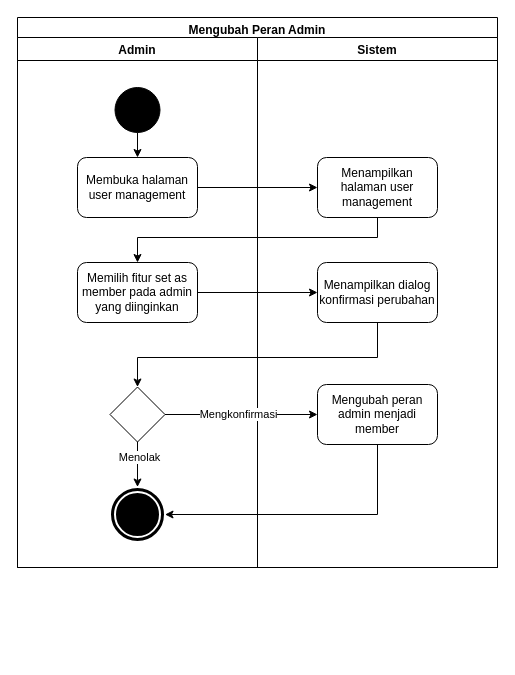
The draw.io diagram Diagram/Activity Diagram/28. mengubah peran admin.drawio in techie-jhs/thesis, before the edit. Source tidied: cells renumbered, new cells numbered last; positions are measured from the earlier drawing's top-left corner, leaving out a move shared by most shapes. Both pictures are drawn from the tidied source at 100%, with x=0, y=0 at pixel (17, 17).
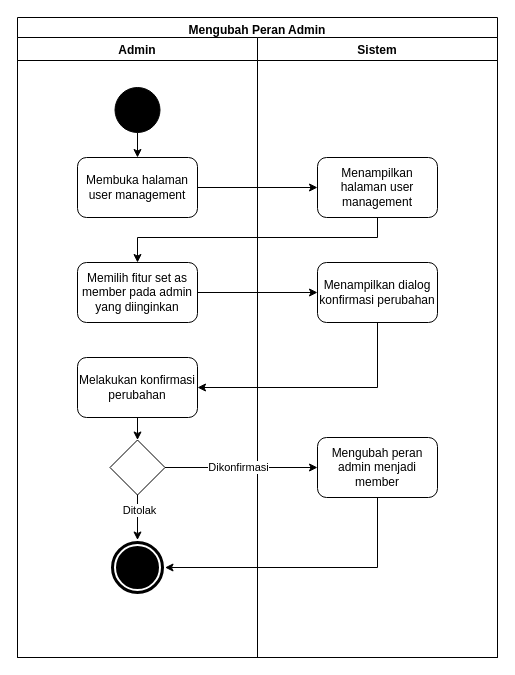
The same page after the edit.

Unchanged cells that the change refers to:
```xml
<mxCell id="11" value="Menampilkan dialog konfirmasi perubahan" style="rounded=1;whiteSpace=wrap;html=1;fillColor=none;" parent="8" vertex="1">
  <mxGeometry x="60" y="225" width="120" height="60" as="geometry" />
</mxCell>
<mxCell id="14" style="edgeStyle=orthogonalEdgeStyle;rounded=0;jettySize=auto;html=1;" parent="8" edge="1" source="12" target="13">
  <mxGeometry relative="1" as="geometry" />
</mxCell>
```

The edit, as a diff of the source:
```diff
@@
     <mxCell id="2" value="Mengubah Peran Admin" style="swimlane;fillColor=none;" parent="1" vertex="1">
-      <mxGeometry width="480" height="550" as="geometry" />
+      <mxGeometry width="480" height="640" as="geometry" />
     </mxCell>
     <mxCell id="3" value="Admin" style="swimlane;" parent="2" vertex="1">
-      <mxGeometry y="20" width="240" height="530" as="geometry" />
+      <mxGeometry y="20" width="240" height="620" as="geometry" />
     </mxCell>
@@
+    <mxCell id="23" value="Melakukan konfirmasi perubahan" style="rounded=1;whiteSpace=wrap;html=1;fillColor=none;" parent="3" vertex="1">
+      <mxGeometry x="60" y="320" width="120" height="60" as="geometry" />
+    </mxCell>
     <mxCell id="8" value="Sistem" style="swimlane;" parent="2" vertex="1">
-      <mxGeometry x="240" y="20" width="240" height="530" as="geometry" />
+      <mxGeometry x="240" y="20" width="240" height="620" as="geometry" />
     </mxCell>
@@
-    <mxCell id="10" style="edgeStyle=orthogonalEdgeStyle;rounded=0;jettySize=auto;html=1;entryX=0.5;entryY=0;entryDx=0;entryDy=0;" parent="8" edge="1" source="11" target="12">
-      <mxGeometry relative="1" as="geometry">
-        <Array as="points">
-          <mxPoint x="120" y="320" />
-          <mxPoint x="-120" y="320" />
-        </Array>
-      </mxGeometry>
-    </mxCell>
@@
     <mxCell id="12" style="rhombus;whiteSpace=wrap;html=1;fillColor=none;" parent="8" vertex="1">
-      <mxGeometry x="-147.5" y="349.5" width="55" height="55" as="geometry" />
+      <mxGeometry x="-147.5" y="402.5" width="55" height="55" as="geometry" />
     </mxCell>
     <mxCell id="13" style="ellipse;shape=doubleEllipse;whiteSpace=wrap;html=1;fillColor=#000000;strokeColor=#FFFFFF;strokeWidth=2;" parent="8" vertex="1">
-      <mxGeometry x="-147.5" y="449.5" width="55" height="55" as="geometry" />
+      <mxGeometry x="-147.5" y="502.5" width="55" height="55" as="geometry" />
     </mxCell>
@@
-    <mxCell id="15" value="Menolak" style="edgeLabel;html=1;align=center;verticalAlign=middle;" parent="14" vertex="1">
+    <mxCell id="15" value="Ditolak" style="edgeLabel;html=1;align=center;verticalAlign=middle;" parent="14" vertex="1">
       <mxGeometry x="-0.33" y="1" relative="1" as="geometry" />
     </mxCell>
     <mxCell id="16" value="Mengubah peran admin menjadi member" style="rounded=1;whiteSpace=wrap;html=1;fillColor=none;" parent="8" vertex="1">
-      <mxGeometry x="60" y="347" width="120" height="60" as="geometry" />
+      <mxGeometry x="60" y="400" width="120" height="60" as="geometry" />
     </mxCell>
     <mxCell id="17" style="edgeStyle=orthogonalEdgeStyle;rounded=0;jettySize=auto;html=1;entryX=0;entryY=0.5;entryDx=0;entryDy=0;exitX=1;exitY=0.5;exitDx=0;exitDy=0;" parent="8" edge="1" source="12" target="16">
       <mxGeometry relative="1" as="geometry">
         <Array as="points">
-          <mxPoint x="60" y="376.5" />
+          <mxPoint x="60" y="429.5" />
         </Array>
       </mxGeometry>
     </mxCell>
-    <mxCell id="18" value="Mengkonfirmasi" style="edgeLabel;html=1;align=center;verticalAlign=middle;" parent="17" vertex="1">
+    <mxCell id="18" value="Dikonfirmasi" style="edgeLabel;html=1;align=center;verticalAlign=middle;" parent="17" vertex="1">
       <mxGeometry x="-0.14" y="3" relative="1" as="geometry">
         <mxPoint x="7" y="2" as="offset" />
       </mxGeometry>
     </mxCell>
     <mxCell id="19" style="edgeStyle=orthogonalEdgeStyle;rounded=0;jettySize=auto;html=1;entryX=1;entryY=0.5;entryDx=0;entryDy=0;" parent="8" edge="1" source="16" target="13">
       <mxGeometry relative="1" as="geometry">
         <Array as="points">
-          <mxPoint x="120" y="477.5" />
+          <mxPoint x="120" y="530.5" />
         </Array>
       </mxGeometry>
     </mxCell>
@@
+    <mxCell id="24" style="edgeStyle=orthogonalEdgeStyle;rounded=0;jettySize=auto;html=1;entryX=1;entryY=0.5;entryDx=0;entryDy=0;" parent="2" edge="1" source="11" target="23">
+      <mxGeometry relative="1" as="geometry">
+        <Array as="points">
+          <mxPoint x="360" y="370" />
+        </Array>
+      </mxGeometry>
+    </mxCell>
+    <mxCell id="25" style="edgeStyle=orthogonalEdgeStyle;rounded=0;jettySize=auto;html=1;" parent="2" edge="1" source="23" target="12">
+      <mxGeometry relative="1" as="geometry" />
+    </mxCell>
```
